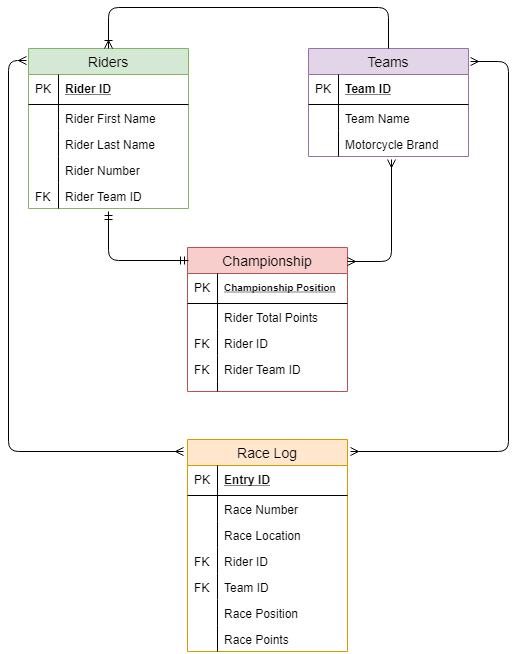
Above: SupportingProjectFiles/ERD.png in JackFlanagan93/QASoloProject (draw.io), before the change. Source tidied: cells renumbered, new cells last; positions are measured from the earlier drawing's top-left corner, leaving out a move shared by most shapes.
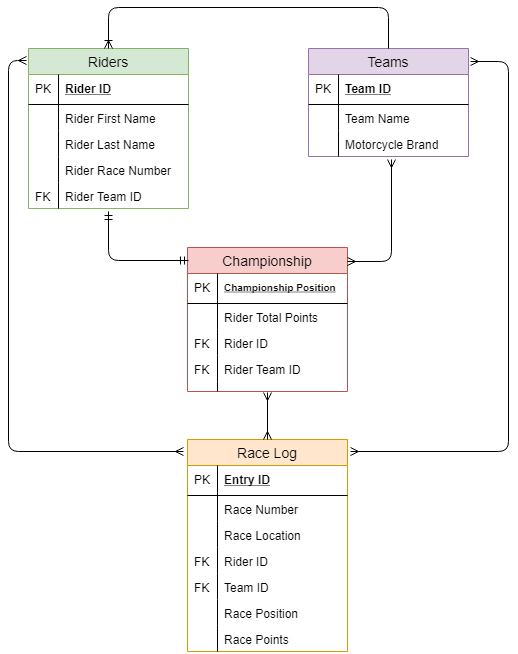
After the commit.

What changed in the source:
```diff
@@ -23,7 +23,7 @@
     <mxCell id="8" style="shape=partialRectangle;top=0;left=0;bottom=0;fillColor=none;align=left;verticalAlign=top;spacingLeft=4;spacingRight=4;overflow=hidden;fontSize=12;" parent="7" vertex="1">
       <mxGeometry width="30" height="26" as="geometry" />
     </mxCell>
-    <mxCell id="9" value="Rider Number" style="shape=partialRectangle;top=0;left=0;right=0;bottom=0;align=left;verticalAlign=top;fillColor=none;spacingLeft=34;spacingRight=4;overflow=hidden;fontSize=12;" parent="2" vertex="1">
+    <mxCell id="9" value="Rider Race Number" style="shape=partialRectangle;top=0;left=0;right=0;bottom=0;align=left;verticalAlign=top;fillColor=none;spacingLeft=34;spacingRight=4;overflow=hidden;fontSize=12;" parent="2" vertex="1">
       <mxGeometry y="108" width="160" height="26" as="geometry" />
     </mxCell>
     <mxCell id="10" style="shape=partialRectangle;top=0;left=0;bottom=0;fillColor=none;align=left;verticalAlign=top;spacingLeft=4;spacingRight=4;overflow=hidden;fontSize=12;" parent="9" vertex="1">
@@ -187,5 +187,8 @@
         </Array>
       </mxGeometry>
     </mxCell>
+    <mxCell id="57" style="fontSize=12;html=1;endArrow=ERmany;startArrow=ERmany;entryX=0.5;entryY=1.1;entryDx=0;entryDy=0;entryPerimeter=0;exitX=0.5;exitY=0;exitDx=0;exitDy=0;" parent="1" edge="1" source="25" target="53">
+      <mxGeometry relative="1" as="geometry" />
+    </mxCell>
   </root>
 </mxGraphModel>
```
